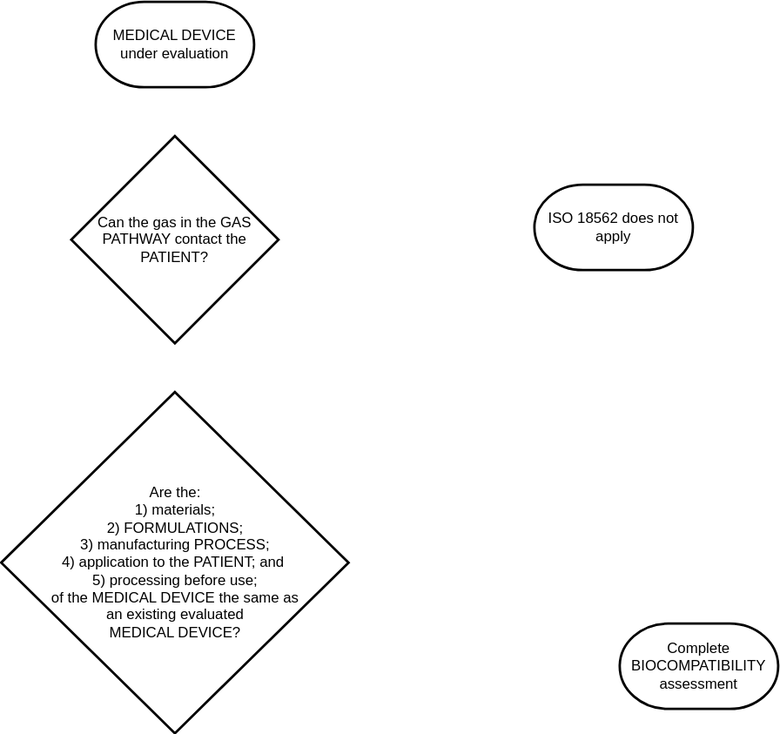
Earlier version of the draw.io export fig-2.drawio.svg (kamasylvia/draw.io). Source tidied: cells renumbered, new cells last; positions are measured from the earlier drawing's top-left corner, leaving out a move shared by most shapes.
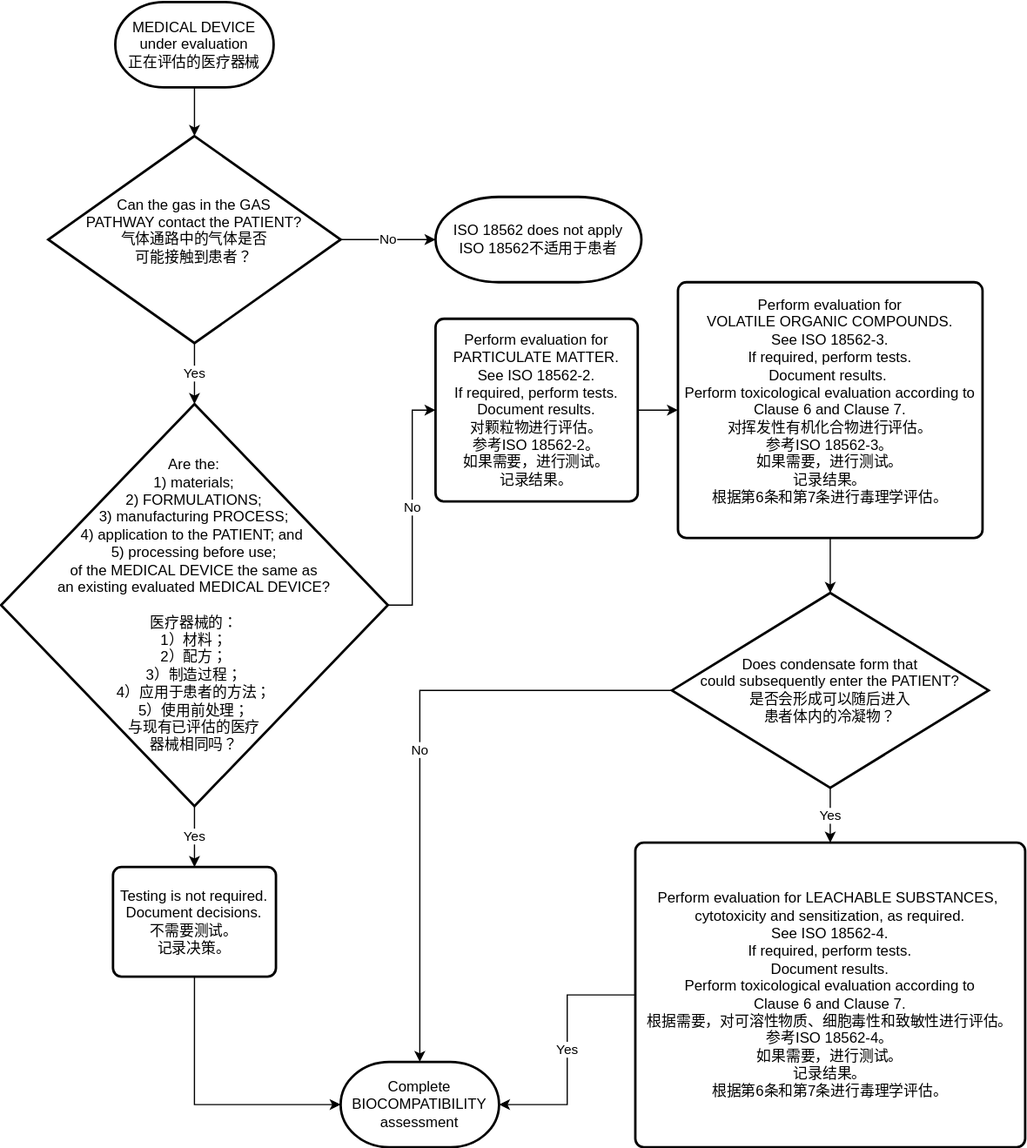
The same diagram one commit later.

What changed in the source:
```diff
@@ -2,20 +2,68 @@
   <root>
     <mxCell id="0" />
     <mxCell id="1" parent="0" />
+    <mxCell id="7" style="edgeStyle=orthogonalEdgeStyle;rounded=0;jettySize=auto;html=1;exitX=0.5;exitY=1;exitDx=0;exitDy=0;exitPerimeter=0;entryX=0.5;entryY=0;entryDx=0;entryDy=0;entryPerimeter=0;" parent="1" edge="1" source="2" target="5">
+      <mxGeometry relative="1" as="geometry" />
+    </mxCell>
-    <mxCell id="2" value="MEDICAL DEVICE under evaluation" style="strokeWidth=2;html=1;shape=mxgraph.flowchart.terminator;whiteSpace=wrap;" parent="1" vertex="1">
-      <mxGeometry x="78" width="130" height="70" as="geometry" />
+    <mxCell id="2" value="MEDICAL DEVICE under evaluation&lt;br&gt;正在评估的医疗器械" style="strokeWidth=2;html=1;shape=mxgraph.flowchart.terminator;whiteSpace=wrap;" parent="1" vertex="1">
+      <mxGeometry x="-13.9" y="-20" width="130" height="70" as="geometry" />
     </mxCell>
-    <mxCell id="3" value="ISO 18562 does not apply" style="strokeWidth=2;html=1;shape=mxgraph.flowchart.terminator;whiteSpace=wrap;" parent="1" vertex="1">
-      <mxGeometry x="438" y="150" width="130" height="70" as="geometry" />
+    <mxCell id="3" value="ISO 18562 does not apply&lt;br&gt;ISO 18562不适用于患者" style="strokeWidth=2;html=1;shape=mxgraph.flowchart.terminator;whiteSpace=wrap;" parent="1" vertex="1">
+      <mxGeometry x="249" y="140" width="169" height="70" as="geometry" />
     </mxCell>
     <mxCell id="4" value="Complete BIOCOMPATIBILITY assessment" style="strokeWidth=2;html=1;shape=mxgraph.flowchart.terminator;whiteSpace=wrap;" parent="1" vertex="1">
-      <mxGeometry x="508" y="510" width="130" height="70" as="geometry" />
+      <mxGeometry x="171.1" y="850" width="130" height="70" as="geometry" />
     </mxCell>
+    <mxCell id="8" value="No" style="edgeStyle=orthogonalEdgeStyle;rounded=0;jettySize=auto;html=1;exitX=1;exitY=0.5;exitDx=0;exitDy=0;exitPerimeter=0;entryX=0;entryY=0.5;entryDx=0;entryDy=0;entryPerimeter=0;" parent="1" edge="1" source="5" target="3">
+      <mxGeometry relative="1" as="geometry" />
+    </mxCell>
+    <mxCell id="9" value="Yes" style="edgeStyle=orthogonalEdgeStyle;rounded=0;jettySize=auto;html=1;exitX=0.5;exitY=1;exitDx=0;exitDy=0;exitPerimeter=0;entryX=0.5;entryY=0;entryDx=0;entryDy=0;entryPerimeter=0;" parent="1" edge="1" source="5" target="6">
+      <mxGeometry relative="1" as="geometry" />
+    </mxCell>
-    <mxCell id="5" value="Can the gas in the GAS PATHWAY contact the PATIENT?" style="strokeWidth=2;html=1;shape=mxgraph.flowchart.decision;whiteSpace=wrap;" parent="1" vertex="1">
-      <mxGeometry x="58" y="110" width="170" height="170" as="geometry" />
+    <mxCell id="5" value="Can the gas in the GAS &lt;br&gt;PATHWAY contact the PATIENT?&lt;br&gt;&lt;div&gt;气体通路中的气体是否&lt;/div&gt;&lt;div&gt;可能接触到患者？&lt;/div&gt;&lt;div&gt;&lt;br&gt;&lt;/div&gt;" style="strokeWidth=2;html=1;shape=mxgraph.flowchart.decision;whiteSpace=wrap;" parent="1" vertex="1">
+      <mxGeometry x="-68.9" y="90" width="240" height="170" as="geometry" />
     </mxCell>
+    <mxCell id="10" value="No" style="edgeStyle=orthogonalEdgeStyle;rounded=0;jettySize=auto;html=1;exitX=1;exitY=0.5;exitDx=0;exitDy=0;exitPerimeter=0;entryX=0;entryY=0.5;entryDx=0;entryDy=0;" parent="1" edge="1" source="6" target="13">
+      <mxGeometry relative="1" as="geometry" />
+    </mxCell>
+    <mxCell id="11" value="Yes" style="edgeStyle=orthogonalEdgeStyle;rounded=0;jettySize=auto;html=1;exitX=0.5;exitY=1;exitDx=0;exitDy=0;exitPerimeter=0;entryX=0.5;entryY=0;entryDx=0;entryDy=0;" parent="1" edge="1" source="6" target="20">
+      <mxGeometry relative="1" as="geometry" />
+    </mxCell>
-    <mxCell id="6" value="Are the:&lt;br&gt;1) materials;&lt;br&gt;2) FORMULATIONS;&lt;br&gt;3) manufacturing PROCESS;&lt;br&gt;4) application to the PATIENT; and&amp;nbsp;&lt;br&gt;5) processing before use;&lt;br&gt;of the MEDICAL DEVICE the same as &lt;br&gt;an existing evaluated &lt;br&gt;MEDICAL DEVICE?" style="strokeWidth=2;html=1;shape=mxgraph.flowchart.decision;whiteSpace=wrap;" parent="1" vertex="1">
-      <mxGeometry x="0.5" y="320" width="285" height="280" as="geometry" />
+    <mxCell id="6" value="Are the:&lt;br&gt;1) materials;&lt;br&gt;2) FORMULATIONS;&lt;br&gt;3) manufacturing PROCESS;&lt;br&gt;4) application to the PATIENT; and&amp;nbsp;&lt;br&gt;5) processing before use;&lt;br&gt;of the MEDICAL DEVICE the same as &lt;br&gt;an existing evaluated MEDICAL DEVICE?&lt;br&gt;&lt;div&gt;&lt;br&gt;&lt;/div&gt;&lt;div&gt;医疗器械的：&lt;/div&gt;&lt;div&gt;1）材料；&lt;/div&gt;&lt;div&gt;2）配方；&lt;/div&gt;&lt;div&gt;3）制造过程；&lt;/div&gt;&lt;div&gt;4）应用于患者的方法；&lt;/div&gt;&lt;div&gt;5）使用前处理；&lt;/div&gt;&lt;div&gt;与现有已评估的医疗&lt;/div&gt;&lt;div&gt;器械相同吗？&lt;/div&gt;" style="strokeWidth=2;html=1;shape=mxgraph.flowchart.decision;whiteSpace=wrap;" parent="1" vertex="1">
+      <mxGeometry x="-107.6" y="310" width="317.5" height="330" as="geometry" />
     </mxCell>
+    <mxCell id="12" style="edgeStyle=orthogonalEdgeStyle;rounded=0;jettySize=auto;html=1;exitX=1;exitY=0.5;exitDx=0;exitDy=0;" parent="1" edge="1" source="13" target="15">
+      <mxGeometry relative="1" as="geometry" />
+    </mxCell>
+    <mxCell id="13" value="&lt;div&gt;Perform evaluation for PARTICULATE MATTER.&lt;/div&gt;&lt;div&gt;See ISO 18562-2.&lt;/div&gt;&lt;div&gt;If required, perform tests.&lt;/div&gt;&lt;div&gt;Document results.&lt;/div&gt;&lt;div&gt;&lt;div&gt;对颗粒物进行评估。&lt;/div&gt;&lt;div&gt;参考ISO 18562-2。&lt;/div&gt;&lt;div&gt;如果需要，进行测试。&lt;/div&gt;&lt;div&gt;记录结果。&lt;/div&gt;&lt;/div&gt;" style="rounded=1;whiteSpace=wrap;html=1;absoluteArcSize=1;arcSize=14;strokeWidth=2;" parent="1" vertex="1">
+      <mxGeometry x="249" y="240" width="166" height="150" as="geometry" />
+    </mxCell>
+    <mxCell id="14" style="edgeStyle=orthogonalEdgeStyle;rounded=0;jettySize=auto;html=1;exitX=0.5;exitY=1;exitDx=0;exitDy=0;entryX=0.5;entryY=0;entryDx=0;entryDy=0;entryPerimeter=0;" parent="1" edge="1" source="15" target="18">
+      <mxGeometry relative="1" as="geometry" />
+    </mxCell>
+    <mxCell id="15" value="&lt;div&gt;Perform evaluation for&lt;/div&gt;&lt;div&gt;VOLATILE ORGANIC COMPOUNDS.&lt;/div&gt;&lt;div&gt;See ISO 18562-3.&lt;/div&gt;&lt;div&gt;If required, perform tests.&lt;/div&gt;&lt;div&gt;&lt;span style=&quot;background-color: initial;&quot;&gt;Document results.&amp;nbsp;&lt;/span&gt;&lt;br&gt;&lt;/div&gt;&lt;div&gt;&lt;span style=&quot;background-color: initial;&quot;&gt;Perform toxicological evaluation according to&lt;/span&gt;&lt;br&gt;&lt;/div&gt;&lt;div&gt;Clause 6 and Clause 7.&lt;/div&gt;&lt;div&gt;对挥发性有机化合物进行评估。&lt;br&gt;&lt;/div&gt;&lt;div&gt;参考ISO 18562-3。&lt;br&gt;&lt;/div&gt;&lt;div&gt;&lt;div style=&quot;border-color: var(--border-color);&quot;&gt;如果需要，进行测试。&lt;/div&gt;&lt;/div&gt;&lt;div&gt;&lt;div style=&quot;border-color: var(--border-color);&quot;&gt;记录结果。&lt;/div&gt;&lt;/div&gt;&lt;div&gt;&lt;div&gt;根据第6条和第7条进行毒理学评估。&lt;/div&gt;&lt;/div&gt;&lt;div&gt;&lt;br&gt;&lt;/div&gt;" style="rounded=1;whiteSpace=wrap;html=1;absoluteArcSize=1;arcSize=14;strokeWidth=2;" parent="1" vertex="1">
+      <mxGeometry x="448" y="210" width="250" height="210" as="geometry" />
+    </mxCell>
+    <mxCell id="16" value="Yes" style="edgeStyle=orthogonalEdgeStyle;rounded=0;jettySize=auto;html=1;exitX=0.5;exitY=1;exitDx=0;exitDy=0;exitPerimeter=0;" parent="1" edge="1" source="18" target="22">
+      <mxGeometry relative="1" as="geometry" />
+    </mxCell>
+    <mxCell id="17" value="No" style="edgeStyle=orthogonalEdgeStyle;rounded=0;jettySize=auto;html=1;exitX=0;exitY=0.5;exitDx=0;exitDy=0;exitPerimeter=0;" parent="1" edge="1" source="18" target="4">
+      <mxGeometry relative="1" as="geometry" />
+    </mxCell>
+    <mxCell id="18" value="Does condensate form that &lt;br&gt;could subsequently enter the PATIENT?&lt;br&gt;是否会形成可以随后进入&lt;br&gt;患者体内的冷凝物？" style="strokeWidth=2;html=1;shape=mxgraph.flowchart.decision;whiteSpace=wrap;" parent="1" vertex="1">
+      <mxGeometry x="443" y="465" width="260" height="160" as="geometry" />
+    </mxCell>
+    <mxCell id="19" style="edgeStyle=orthogonalEdgeStyle;rounded=0;jettySize=auto;html=1;exitX=0.5;exitY=1;exitDx=0;exitDy=0;entryX=0;entryY=0.5;entryDx=0;entryDy=0;entryPerimeter=0;" parent="1" edge="1" source="20" target="4">
+      <mxGeometry relative="1" as="geometry" />
+    </mxCell>
+    <mxCell id="20" value="&lt;div&gt;Testing is not required.&lt;/div&gt;&lt;div&gt;Document decisions.&lt;/div&gt;&lt;div&gt;&lt;div&gt;不需要测试。&lt;/div&gt;&lt;div&gt;记录决策。&lt;/div&gt;&lt;/div&gt;" style="rounded=1;whiteSpace=wrap;html=1;absoluteArcSize=1;arcSize=14;strokeWidth=2;" parent="1" vertex="1">
+      <mxGeometry x="-15.7" y="690" width="133.8" height="90" as="geometry" />
+    </mxCell>
+    <mxCell id="21" value="Yes" style="edgeStyle=orthogonalEdgeStyle;rounded=0;jettySize=auto;html=1;exitX=0;exitY=0.5;exitDx=0;exitDy=0;entryX=1;entryY=0.5;entryDx=0;entryDy=0;entryPerimeter=0;" parent="1" edge="1" source="22" target="4">
+      <mxGeometry relative="1" as="geometry" />
+    </mxCell>
+    <mxCell id="22" value="&lt;div&gt;Perform evaluation for LEACHABLE SUBSTANCES,&amp;nbsp;&lt;/div&gt;&lt;div&gt;cytotoxicity and sensitization, as required.&lt;/div&gt;&lt;div&gt;See ISO 18562-4.&lt;/div&gt;&lt;div&gt;If required, perform tests.&lt;/div&gt;&lt;div&gt;Document results.&lt;/div&gt;&lt;div&gt;Perform toxicological evaluation according to&lt;/div&gt;&lt;div&gt;Clause 6 and Clause 7.&lt;/div&gt;&lt;div&gt;&lt;div&gt;根据需要，对可溶性物质、细胞毒性和致敏性进行评估。&lt;/div&gt;&lt;div&gt;参考ISO 18562-4。&lt;/div&gt;&lt;div&gt;如果需要，进行测试。&lt;/div&gt;&lt;div&gt;记录结果。&lt;/div&gt;&lt;div&gt;根据第6条和第7条进行毒理学评估。&lt;/div&gt;&lt;/div&gt;" style="rounded=1;whiteSpace=wrap;html=1;absoluteArcSize=1;arcSize=14;strokeWidth=2;" parent="1" vertex="1">
+      <mxGeometry x="413" y="670" width="320" height="250" as="geometry" />
+    </mxCell>
   </root>
 </mxGraphModel>
```
